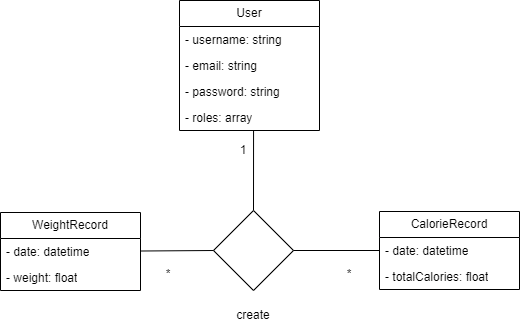
Before: diagrams/class/Class.png, a diagram exported from draw.io (Jexinte/Wurondokiye). Source tidied: cells renumbered, new cells last; positions are measured from the earlier drawing's top-left corner, leaving out a move shared by most shapes.
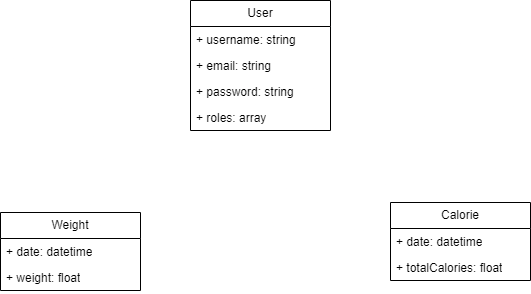
The same file after the commit.

Change to the diagram source:
```diff
@@ -2,62 +2,38 @@
   <root>
     <mxCell id="0" />
     <mxCell id="1" parent="0" />
-    <mxCell id="2" value="User" style="swimlane;fontStyle=0;horizontal=1;startSize=26;fillColor=none;whiteSpace=wrap;html=1;" parent="1" vertex="1">
-      <mxGeometry x="179" width="140" height="130" as="geometry" />
+    <mxCell id="2" value="Calorie" style="swimlane;fontStyle=0;horizontal=1;startSize=26;fillColor=none;whiteSpace=wrap;html=1;" parent="1" vertex="1">
+      <mxGeometry x="459" y="550" width="140" height="78" as="geometry" />
     </mxCell>
-    <mxCell id="3" value="- username: string" style="text;strokeColor=none;fillColor=none;align=left;verticalAlign=top;spacingLeft=4;spacingRight=4;overflow=hidden;whiteSpace=wrap;html=1;" parent="2" vertex="1">
+    <mxCell id="3" value="+ date: datetime" style="text;strokeColor=none;fillColor=none;align=left;verticalAlign=top;spacingLeft=4;spacingRight=4;overflow=hidden;whiteSpace=wrap;html=1;" parent="2" vertex="1">
       <mxGeometry y="26" width="140" height="26" as="geometry" />
     </mxCell>
-    <mxCell id="4" value="- email: string" style="text;strokeColor=none;fillColor=none;align=left;verticalAlign=top;spacingLeft=4;spacingRight=4;overflow=hidden;whiteSpace=wrap;html=1;" parent="2" vertex="1">
+    <mxCell id="4" value="+ totalCalories: float" style="text;strokeColor=none;fillColor=none;align=left;verticalAlign=top;spacingLeft=4;spacingRight=4;overflow=hidden;whiteSpace=wrap;html=1;" parent="2" vertex="1">
       <mxGeometry y="52" width="140" height="26" as="geometry" />
     </mxCell>
-    <mxCell id="5" value="- password: string" style="text;strokeColor=none;fillColor=none;align=left;verticalAlign=top;spacingLeft=4;spacingRight=4;overflow=hidden;whiteSpace=wrap;html=1;" parent="2" vertex="1">
-      <mxGeometry y="78" width="140" height="26" as="geometry" />
-    </mxCell>
-    <mxCell id="6" value="- roles: array" style="text;strokeColor=none;fillColor=none;align=left;verticalAlign=top;spacingLeft=4;spacingRight=4;overflow=hidden;points=[[0,0.5],[1,0.5]];portConstraint=eastwest;whiteSpace=wrap;html=1;" parent="2" vertex="1">
-      <mxGeometry y="104" width="140" height="26" as="geometry" />
-    </mxCell>
-    <mxCell id="7" value="CalorieRecord" style="swimlane;fontStyle=0;horizontal=1;startSize=26;fillColor=none;whiteSpace=wrap;html=1;" parent="1" vertex="1">
-      <mxGeometry x="379" y="211" width="140" height="78" as="geometry" />
+    <mxCell id="7" value="User" style="swimlane;fontStyle=0;horizontal=1;startSize=26;fillColor=none;whiteSpace=wrap;html=1;" parent="1" vertex="1">
+      <mxGeometry x="259" y="348" width="140" height="130" as="geometry" />
     </mxCell>
-    <mxCell id="8" value="- date: datetime" style="text;strokeColor=none;fillColor=none;align=left;verticalAlign=top;spacingLeft=4;spacingRight=4;overflow=hidden;points=[[0,0.5],[1,0.5]];portConstraint=eastwest;whiteSpace=wrap;html=1;" parent="7" vertex="1">
+    <mxCell id="8" value="+ username: string" style="text;strokeColor=none;fillColor=none;align=left;verticalAlign=top;spacingLeft=4;spacingRight=4;overflow=hidden;points=[[0,0.5],[1,0.5]];portConstraint=eastwest;whiteSpace=wrap;html=1;" parent="7" vertex="1">
       <mxGeometry y="26" width="140" height="26" as="geometry" />
     </mxCell>
-    <mxCell id="9" value="- totalCalories: float" style="text;strokeColor=none;fillColor=none;align=left;verticalAlign=top;spacingLeft=4;spacingRight=4;overflow=hidden;whiteSpace=wrap;html=1;" parent="7" vertex="1">
+    <mxCell id="9" value="+ email: string" style="text;strokeColor=none;fillColor=none;align=left;verticalAlign=top;spacingLeft=4;spacingRight=4;overflow=hidden;whiteSpace=wrap;html=1;" parent="7" vertex="1">
       <mxGeometry y="52" width="140" height="26" as="geometry" />
     </mxCell>
-    <mxCell id="10" value="WeightRecord" style="swimlane;fontStyle=0;horizontal=1;startSize=26;fillColor=none;whiteSpace=wrap;html=1;" parent="1" vertex="1">
-      <mxGeometry y="212" width="140" height="78" as="geometry" />
-    </mxCell>
-    <mxCell id="11" value="- date: datetime" style="text;strokeColor=none;fillColor=none;align=left;verticalAlign=top;spacingLeft=4;spacingRight=4;overflow=hidden;points=[[0,0.5],[1,0.5]];portConstraint=eastwest;whiteSpace=wrap;html=1;" parent="10" vertex="1">
-      <mxGeometry y="26" width="140" height="26" as="geometry" />
-    </mxCell>
-    <mxCell id="12" value="- weight: float" style="text;strokeColor=none;fillColor=none;align=left;verticalAlign=top;spacingLeft=4;spacingRight=4;overflow=hidden;whiteSpace=wrap;html=1;" parent="10" vertex="1">
-      <mxGeometry y="52" width="140" height="26" as="geometry" />
-    </mxCell>
-    <mxCell id="13" style="endArrow=none;html=1;rounded=0;entryX=0.5;entryY=0;entryDx=0;entryDy=0;exitX=0.529;exitY=1.001;exitDx=0;exitDy=0;exitPerimeter=0;" parent="1" edge="1" source="6" target="17">
-      <mxGeometry relative="1" as="geometry" />
-    </mxCell>
-    <mxCell id="14" value="1" style="text;html=1;strokeColor=none;fillColor=none;align=center;verticalAlign=middle;whiteSpace=wrap;rounded=0;" parent="1" vertex="1">
-      <mxGeometry x="213" y="135" width="60" height="30" as="geometry" />
-    </mxCell>
-    <mxCell id="15" value="create" style="text;html=1;strokeColor=none;fillColor=none;align=center;verticalAlign=middle;whiteSpace=wrap;rounded=0;" parent="1" vertex="1">
-      <mxGeometry x="223" y="300" width="60" height="30" as="geometry" />
-    </mxCell>
-    <mxCell id="16" value="*" style="text;html=1;strokeColor=none;fillColor=none;align=center;verticalAlign=middle;whiteSpace=wrap;rounded=0;" parent="1" vertex="1">
-      <mxGeometry x="319" y="259" width="60" height="30" as="geometry" />
-    </mxCell>
-    <mxCell id="17" style="rhombus;whiteSpace=wrap;html=1;" parent="1" vertex="1">
-      <mxGeometry x="213" y="210" width="80" height="80" as="geometry" />
-    </mxCell>
-    <mxCell id="18" style="endArrow=none;html=1;rounded=0;entryX=0;entryY=0.5;entryDx=0;entryDy=0;" parent="1" edge="1" source="11" target="17">
-      <mxGeometry relative="1" as="geometry" />
-    </mxCell>
-    <mxCell id="19" style="endArrow=none;html=1;rounded=0;exitX=1;exitY=0.5;exitDx=0;exitDy=0;entryX=0;entryY=0.5;entryDx=0;entryDy=0;" parent="1" edge="1" source="17" target="8">
-      <mxGeometry relative="1" as="geometry" />
-    </mxCell>
-    <mxCell id="20" value="*" style="text;html=1;strokeColor=none;fillColor=none;align=center;verticalAlign=middle;whiteSpace=wrap;rounded=0;" parent="1" vertex="1">
-      <mxGeometry x="138" y="259" width="60" height="30" as="geometry" />
-    </mxCell>
+    <mxCell id="21" value="+ password: string" style="text;strokeColor=none;fillColor=none;align=left;verticalAlign=top;spacingLeft=4;spacingRight=4;overflow=hidden;whiteSpace=wrap;html=1;" parent="7" vertex="1">
+      <mxGeometry y="78" width="140" height="26" as="geometry" />
+    </mxCell>
+    <mxCell id="22" value="+ roles: array" style="text;strokeColor=none;fillColor=none;align=left;verticalAlign=top;spacingLeft=4;spacingRight=4;overflow=hidden;whiteSpace=wrap;html=1;" parent="7" vertex="1">
+      <mxGeometry y="104" width="140" height="26" as="geometry" />
+    </mxCell>
+    <mxCell id="23" value="Weight" style="swimlane;fontStyle=0;horizontal=1;startSize=26;fillColor=none;whiteSpace=wrap;html=1;" parent="1" vertex="1">
+      <mxGeometry x="69" y="560" width="140" height="78" as="geometry" />
+    </mxCell>
+    <mxCell id="24" value="+ date: datetime" style="text;strokeColor=none;fillColor=none;align=left;verticalAlign=top;spacingLeft=4;spacingRight=4;overflow=hidden;whiteSpace=wrap;html=1;" parent="23" vertex="1">
+      <mxGeometry y="26" width="140" height="26" as="geometry" />
+    </mxCell>
+    <mxCell id="25" value="+ weight: float" style="text;strokeColor=none;fillColor=none;align=left;verticalAlign=top;spacingLeft=4;spacingRight=4;overflow=hidden;whiteSpace=wrap;html=1;" parent="23" vertex="1">
+      <mxGeometry y="52" width="140" height="26" as="geometry" />
+    </mxCell>
   </root>
 </mxGraphModel>
```
